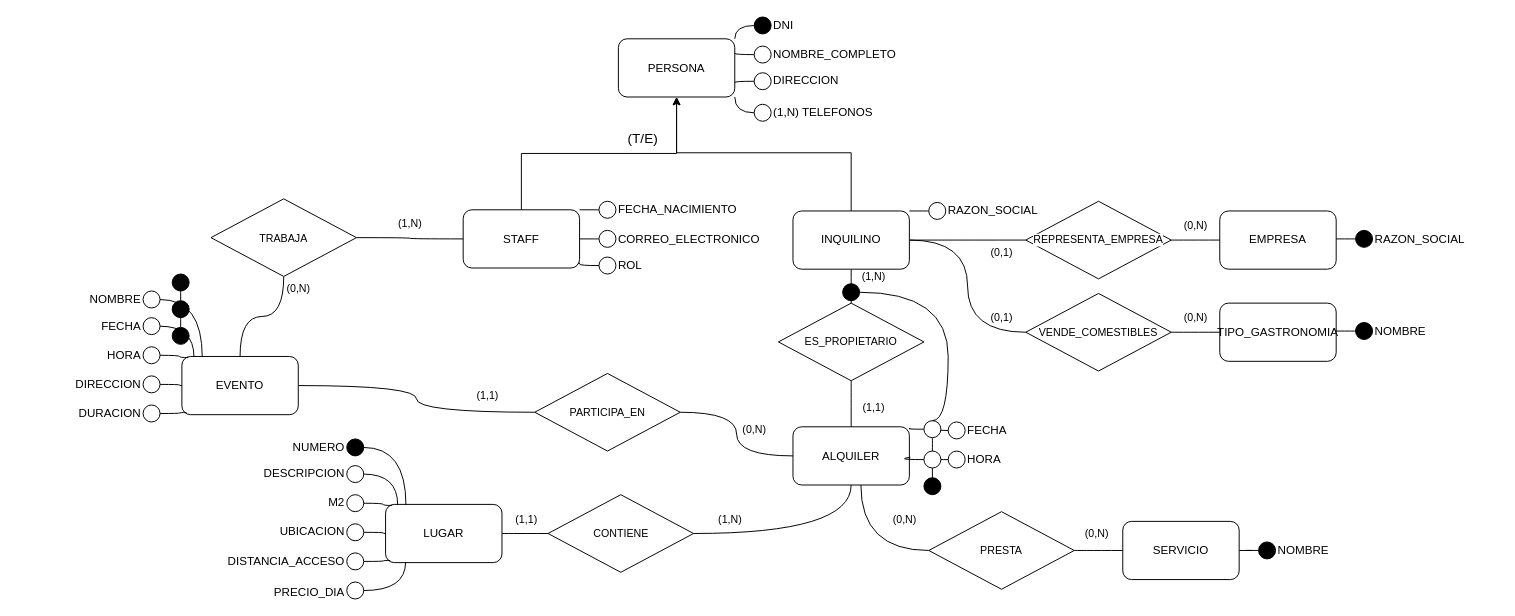
imnotsetro/DBD keeps this draw.io diagram as Practica_2 / Modelado_7.drawio. Above is the earlier version. Source tidied: cells renumbered, new cells numbered last; positions are measured from the earlier drawing's top-left corner, leaving out a move shared by most shapes. Both pictures are drawn from the tidied source at 97%, with x=0, y=0 at pixel (16, 16).
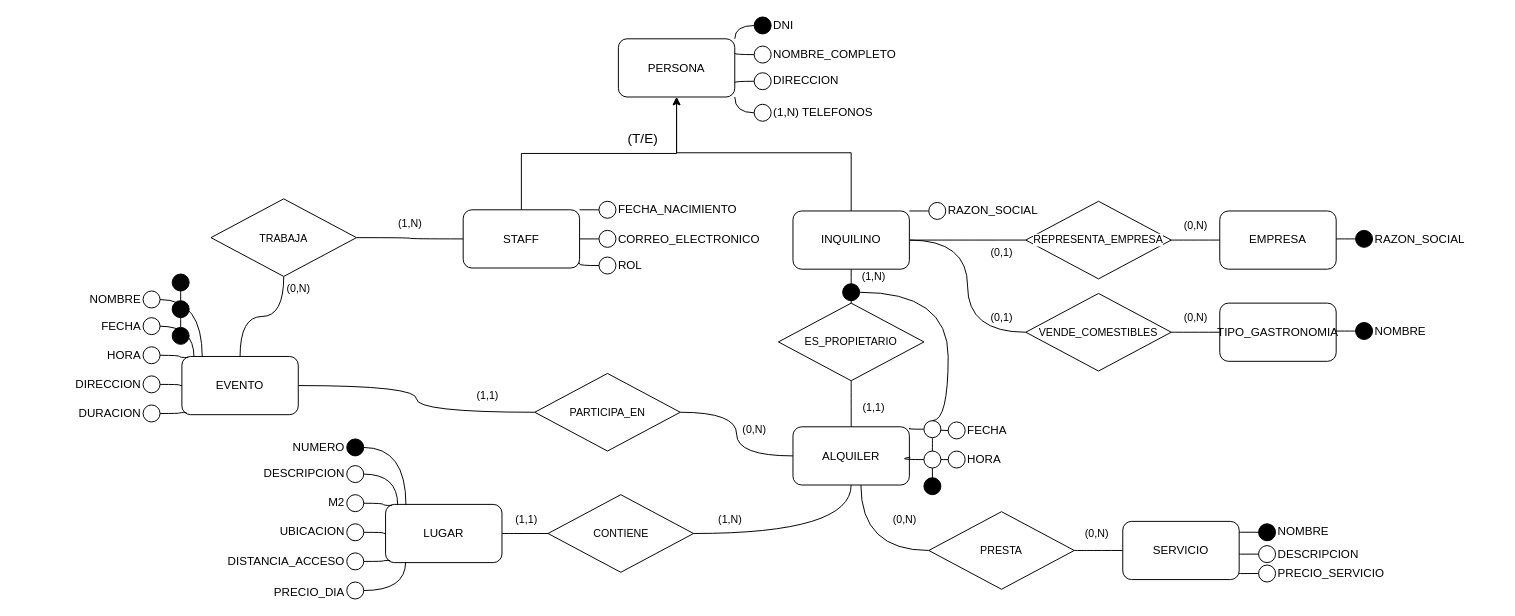
Above is the later version.

Unchanged cells that the change refers to:
```xml
<mxCell id="119" value="SERVICIO" style="rounded=1;whiteSpace=wrap;html=1;" parent="1" vertex="1">
  <mxGeometry x="1140" y="520" width="120" height="60" as="geometry" />
</mxCell>
```

Change to the diagram source:
```diff
@@
-    <mxCell id="118" style="edgeStyle=orthogonalEdgeStyle;shape=connector;curved=1;rounded=0;jettySize=auto;html=1;entryX=0;entryY=0.5;entryDx=0;entryDy=0;strokeColor=default;align=center;verticalAlign=middle;fontFamily=Helvetica;fontSize=11;fontColor=default;labelBackgroundColor=default;endArrow=none;endFill=0;" parent="1" edge="1" source="119" target="120">
-      <mxGeometry relative="1" as="geometry" />
+    <mxCell id="118" style="edgeStyle=orthogonalEdgeStyle;shape=connector;curved=1;rounded=0;jettySize=auto;html=1;entryX=0;entryY=0.5;entryDx=0;entryDy=0;strokeColor=default;align=center;verticalAlign=middle;fontFamily=Helvetica;fontSize=11;fontColor=default;labelBackgroundColor=default;endArrow=none;endFill=0;" parent="1" edge="1" target="120">
+      <mxGeometry relative="1" as="geometry">
+        <mxPoint x="1260" y="531.2" as="sourcePoint" />
+      </mxGeometry>
     </mxCell>
@@
     <mxCell id="120" style="ellipse;whiteSpace=wrap;html=1;fillColor=#000000;" parent="1" vertex="1">
-      <mxGeometry x="1280" y="541.2" width="17.5" height="17.5" as="geometry" />
+      <mxGeometry x="1280" y="522.5" width="17.5" height="17.5" as="geometry" />
     </mxCell>
-    <mxCell id="121" value="NOMBRE" style="text;html=1;align=left;verticalAlign=middle;whiteSpace=wrap;rounded=0;" parent="1" vertex="1">
-      <mxGeometry x="1297.5" y="541.2" width="130" height="17.5" as="geometry" />
+    <mxCell id="121" value="&lt;div&gt;NOMBRE&lt;/div&gt;" style="text;html=1;align=left;verticalAlign=middle;whiteSpace=wrap;rounded=0;" parent="1" vertex="1">
+      <mxGeometry x="1297.5" y="522.5" width="130" height="17.5" as="geometry" />
     </mxCell>
@@
+    <mxCell id="134" style="edgeStyle=orthogonalEdgeStyle;shape=connector;curved=1;rounded=0;jettySize=auto;html=1;entryX=0;entryY=0.5;entryDx=0;entryDy=0;strokeColor=default;align=center;verticalAlign=middle;fontFamily=Helvetica;fontSize=11;fontColor=default;labelBackgroundColor=default;endArrow=none;endFill=0;" parent="1" edge="1" target="135">
+      <mxGeometry relative="1" as="geometry">
+        <mxPoint x="1260" y="553.8" as="sourcePoint" />
+      </mxGeometry>
+    </mxCell>
+    <mxCell id="135" style="ellipse;whiteSpace=wrap;html=1;fillColor=#FFFFFF;" parent="1" vertex="1">
+      <mxGeometry x="1280" y="545" width="17.5" height="17.5" as="geometry" />
+    </mxCell>
+    <mxCell id="136" value="DESCRIPCION" style="text;html=1;align=left;verticalAlign=middle;whiteSpace=wrap;rounded=0;" parent="1" vertex="1">
+      <mxGeometry x="1297.5" y="545" width="130" height="17.5" as="geometry" />
+    </mxCell>
+    <mxCell id="137" style="edgeStyle=orthogonalEdgeStyle;shape=connector;curved=1;rounded=0;jettySize=auto;html=1;entryX=0;entryY=0.5;entryDx=0;entryDy=0;strokeColor=default;align=center;verticalAlign=middle;fontFamily=Helvetica;fontSize=11;fontColor=default;labelBackgroundColor=default;endArrow=none;endFill=0;" parent="1" edge="1" target="138">
+      <mxGeometry relative="1" as="geometry">
+        <mxPoint x="1260" y="573.8" as="sourcePoint" />
+      </mxGeometry>
+    </mxCell>
+    <mxCell id="138" style="ellipse;whiteSpace=wrap;html=1;fillColor=#ffffff;" parent="1" vertex="1">
+      <mxGeometry x="1280" y="565" width="17.5" height="17.5" as="geometry" />
+    </mxCell>
+    <mxCell id="139" value="PRECIO_SERVICIO" style="text;html=1;align=left;verticalAlign=middle;whiteSpace=wrap;rounded=0;" parent="1" vertex="1">
+      <mxGeometry x="1297.5" y="565" width="130" height="17.5" as="geometry" />
+    </mxCell>
```
